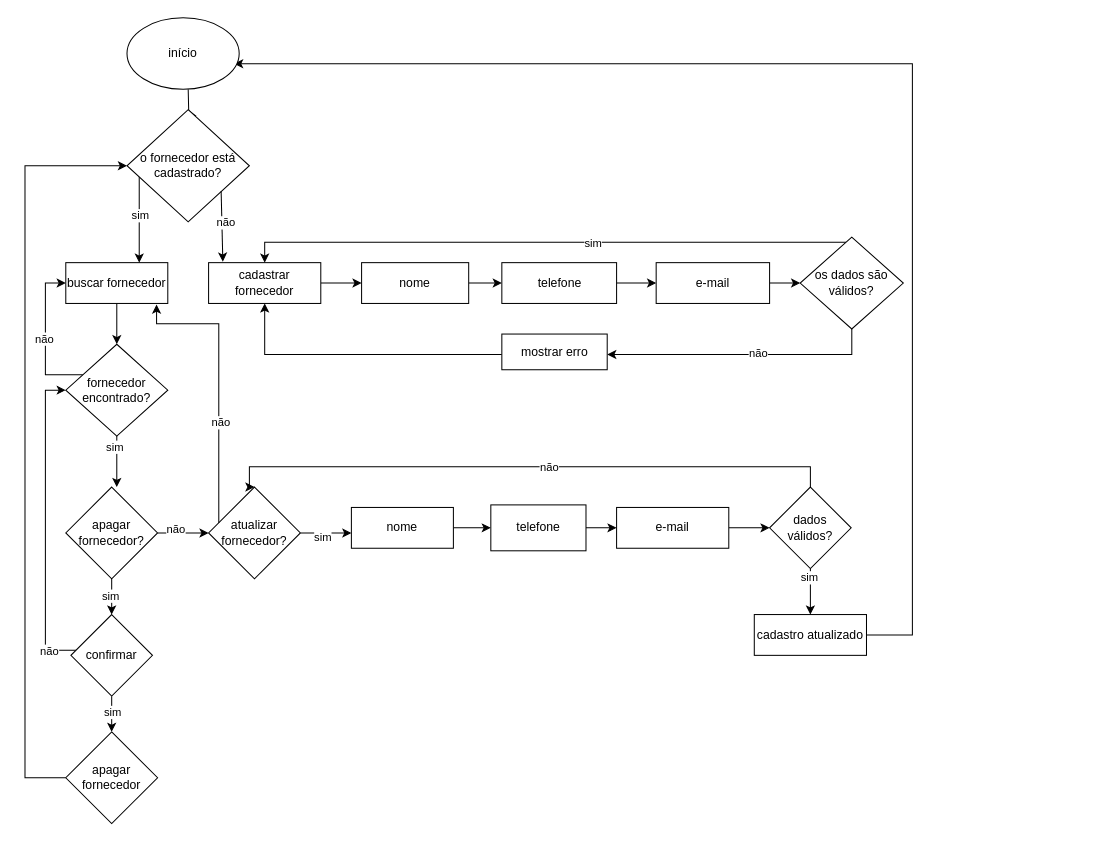
The draw.io diagram page "Página-2" (2 of 6) of doc/fluxograma.drawio in sarahnandynne/fluxograma.sarah, before the edit. Source tidied: cells renumbered, new cells numbered last; positions are measured from the earlier drawing's top-left corner, leaving out a move shared by most shapes. Both pictures are drawn from the tidied source at 102%, with x=0, y=0 at pixel (24, 17).
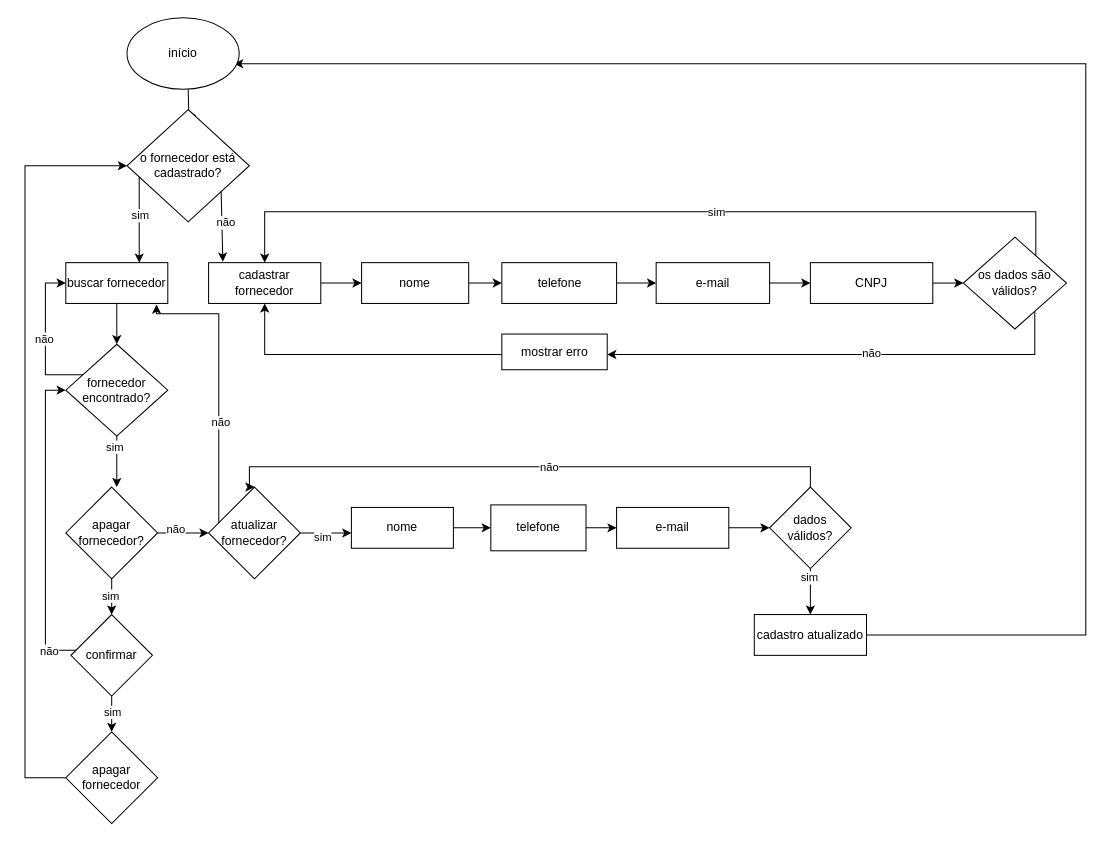
After the change.

The change refers to these unchanged cells:
```xml
<mxCell id="4" value="buscar fornecedor" style="rounded=0;whiteSpace=wrap;html=1;" parent="1" vertex="1">
  <mxGeometry x="40" y="240" width="100" height="40" as="geometry" />
</mxCell>
<mxCell id="6" value="cadastrar fornecedor" style="rounded=0;whiteSpace=wrap;html=1;" parent="1" vertex="1">
  <mxGeometry x="180" y="240" width="110" height="40" as="geometry" />
</mxCell>
<mxCell id="12" value="e-mail" style="whiteSpace=wrap;html=1;rounded=0;" parent="1" vertex="1">
  <mxGeometry x="618.8" y="240" width="111.2" height="40" as="geometry" />
</mxCell>
<mxCell id="19" value="mostrar erro" style="whiteSpace=wrap;html=1;rounded=0;" parent="1" vertex="1">
  <mxGeometry x="467.5" y="310" width="103.3" height="35" as="geometry" />
</mxCell>
<mxCell id="44" value="atualizar fornecedor?" style="rhombus;whiteSpace=wrap;html=1;rounded=0;" parent="1" vertex="1">
  <mxGeometry x="180" y="460" width="90" height="90" as="geometry" />
</mxCell>
<mxCell id="59" value="cadastro atualizado" style="rounded=0;whiteSpace=wrap;html=1;" parent="1" vertex="1">
  <mxGeometry x="715" y="585" width="110" height="40" as="geometry" />
</mxCell>
```

What changed in the source:
```diff
@@
-    <mxCell id="11" style="edgeStyle=orthogonalEdgeStyle;rounded=0;jettySize=auto;html=1;" parent="1" edge="1" source="12" target="17">
-      <mxGeometry relative="1" as="geometry" />
-    </mxCell>
+    <mxCell id="61" style="edgeStyle=orthogonalEdgeStyle;rounded=0;jettySize=auto;html=1;" parent="1" edge="1" source="12" target="63">
+      <mxGeometry relative="1" as="geometry" />
+    </mxCell>
@@
     <mxCell id="13" style="edgeStyle=orthogonalEdgeStyle;rounded=0;jettySize=auto;html=1;" parent="1" edge="1" source="17" target="19">
       <mxGeometry relative="1" as="geometry">
         <Array as="points">
-          <mxPoint x="811" y="330" />
+          <mxPoint x="990" y="260" />
+          <mxPoint x="990" y="330" />
         </Array>
       </mxGeometry>
     </mxCell>
@@
     <mxCell id="15" style="edgeStyle=orthogonalEdgeStyle;rounded=0;jettySize=auto;html=1;entryX=0.5;entryY=0;entryDx=0;entryDy=0;" parent="1" edge="1" source="17" target="6">
       <mxGeometry relative="1" as="geometry">
         <Array as="points">
-          <mxPoint x="235" y="220" />
+          <mxPoint x="991" y="190" />
+          <mxPoint x="235" y="190" />
         </Array>
       </mxGeometry>
     </mxCell>
@@
     <mxCell id="17" value="os dados são válidos?" style="rhombus;whiteSpace=wrap;html=1;rounded=0;" parent="1" vertex="1">
-      <mxGeometry x="760" y="215" width="101.1" height="90" as="geometry" />
+      <mxGeometry x="920" y="215" width="101.1" height="90" as="geometry" />
     </mxCell>
@@
     <mxCell id="45" style="edgeStyle=orthogonalEdgeStyle;rounded=0;jettySize=auto;html=1;entryX=0.89;entryY=1.025;entryDx=0;entryDy=0;entryPerimeter=0;" parent="1" edge="1" source="44" target="4">
       <mxGeometry relative="1" as="geometry">
         <Array as="points">
-          <mxPoint x="190" y="300" />
-          <mxPoint x="129" y="300" />
+          <mxPoint x="190" y="290" />
+          <mxPoint x="129" y="290" />
         </Array>
       </mxGeometry>
     </mxCell>
@@
     <mxCell id="58" style="edgeStyle=orthogonalEdgeStyle;rounded=0;jettySize=auto;html=1;entryX=1;entryY=0.5;entryDx=0;entryDy=0;" parent="1" edge="1" source="59">
       <mxGeometry relative="1" as="geometry">
         <mxPoint x="205" y="45" as="targetPoint" />
         <Array as="points">
-          <mxPoint x="870" y="605" />
-          <mxPoint x="870" y="45" />
+          <mxPoint x="1040" y="605" />
+          <mxPoint x="1040" y="45" />
         </Array>
       </mxGeometry>
     </mxCell>
@@
+    <mxCell id="62" style="edgeStyle=orthogonalEdgeStyle;rounded=0;jettySize=auto;html=1;" parent="1" edge="1" source="63" target="17">
+      <mxGeometry relative="1" as="geometry">
+        <Array as="points">
+          <mxPoint x="930" y="260" />
+          <mxPoint x="930" y="260" />
+        </Array>
+      </mxGeometry>
+    </mxCell>
+    <mxCell id="63" value="CNPJ" style="rounded=0;whiteSpace=wrap;html=1;" parent="1" vertex="1">
+      <mxGeometry x="770" y="240" width="120" height="40" as="geometry" />
+    </mxCell>
```
